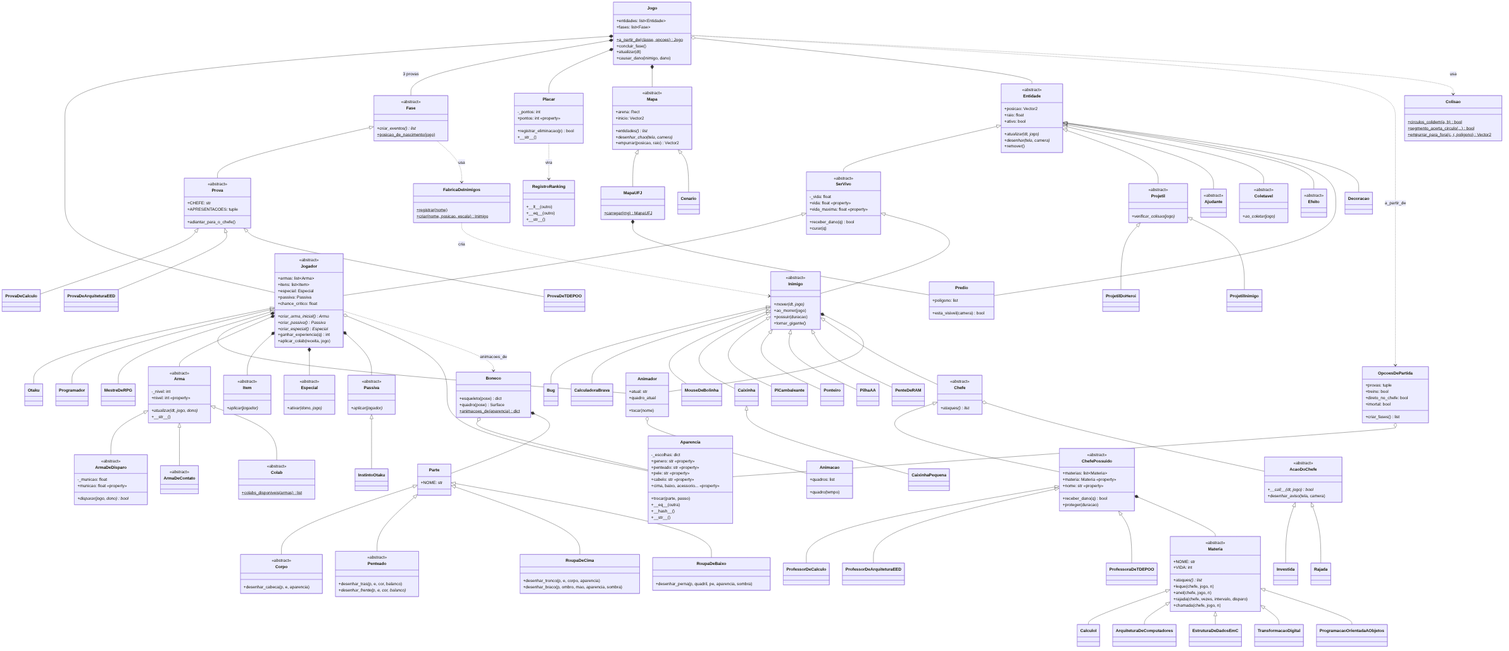
The Mermaid diagram docs/entregas/diagrama_classes.png in thallersubtil/UFJ-Survivors, before a commit. Its source is kept beside it as docs/diagrama_classes.mmd.
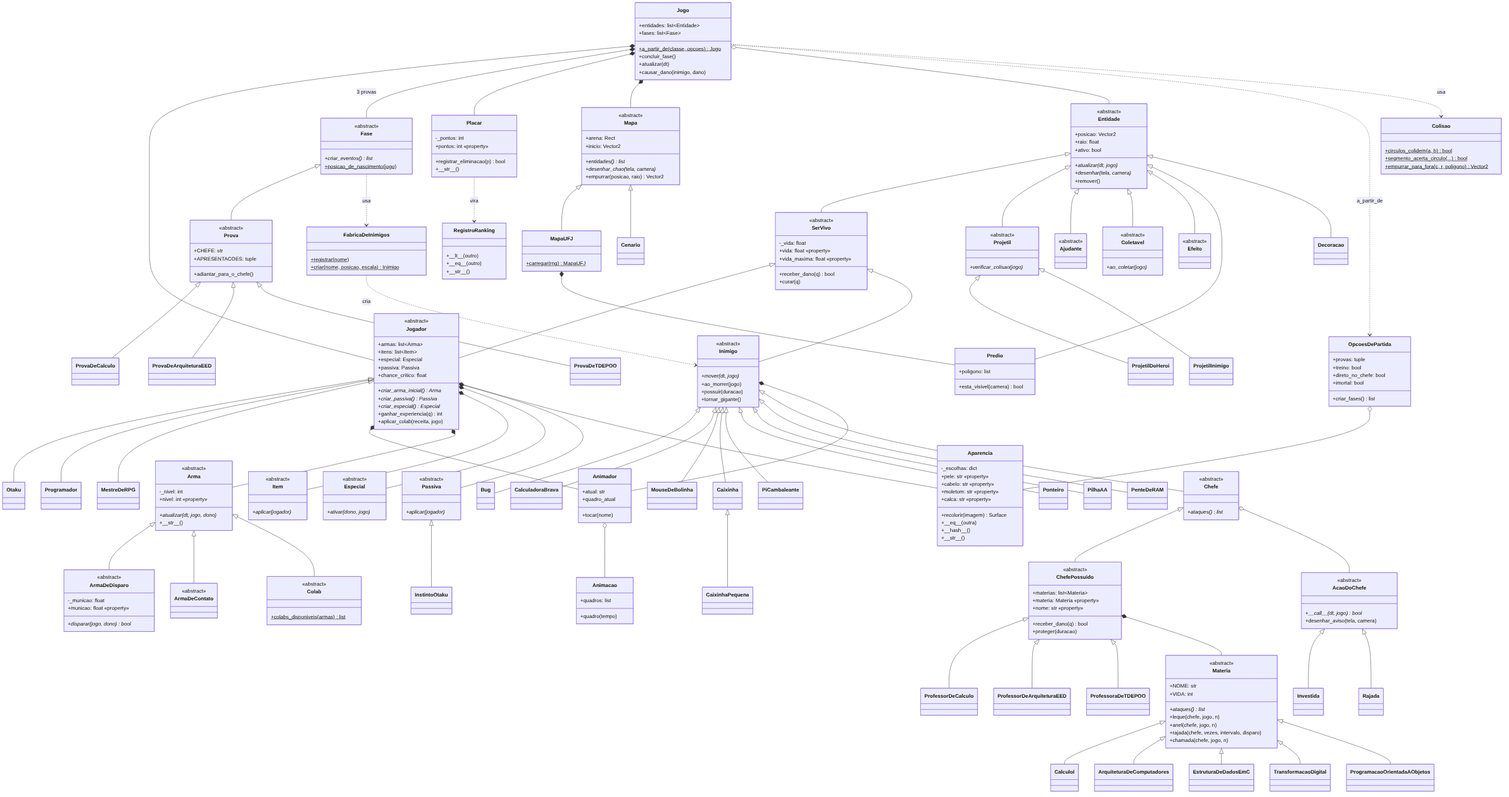
The same diagram one commit later.

Commit message:
Docs sem o boneco articulado; boneco com arte gerada vira pendência

The edit, as a diff of the source:
```diff
@@ -135,30 +135,6 @@
         +aplicar(jogador)*
     }
     class InstintoOtaku
-    class Boneco {
-        +esqueleto(pose) dict
-        +quadro(pose) Surface
-        +animacoes_de(aparencia)$ dict
-    }
-    class Parte {
-        +NOME: str
-    }
-    class Corpo {
-        <<abstract>>
-        +desenhar_cabeca(p, e, aparencia)
-    }
-    class Penteado {
-        <<abstract>>
-        +desenhar_tras(p, e, cor, balanco)
-        +desenhar_frente(p, e, cor, balanco)*
-    }
-    class RoupaDeCima {
-        +desenhar_tronco(p, e, corpo, aparencia)
-        +desenhar_braco(p, ombro, mao, aparencia, sombra)
-    }
-    class RoupaDeBaixo {
-        +desenhar_perna(p, quadril, pe, aparencia, sombra)
-    }
     class Jogo {
         +entidades: list~Entidade~
         +fases: list~Fase~
@@ -221,12 +197,11 @@
     class Decoracao
     class Aparencia {
         -_escolhas: dict
-        +genero: str «property»
-        +penteado: str «property»
         +pele: str «property»
         +cabelo: str «property»
-        +cima, baixo, acessorio... «property»
-        +trocar(parte, passo)
+        +moletom: str «property»
+        +calca: str «property»
+        +recolorir(imagem) Surface
         +#95;#95;eq#95;#95;(outra)
         +#95;#95;hash#95;#95;()
         +#95;#95;str#95;#95;()
@@ -259,10 +234,6 @@
     Jogador <|-- Programador
     Jogador <|-- MestreDeRPG
     Passiva <|-- InstintoOtaku
-    Parte <|-- Corpo
-    Parte <|-- Penteado
-    Parte <|-- RoupaDeCima
-    Parte <|-- RoupaDeBaixo
     Inimigo <|-- Bug
     Inimigo <|-- CalculadoraBrava
     Inimigo <|-- MouseDeBolinha
@@ -314,9 +285,6 @@
     Jogador *-- Especial
     Jogador *-- Passiva
     Jogador o-- Aparencia
-    Jogador ..> Boneco : animacoes_de
-    Boneco o-- Aparencia
-    Boneco *-- Parte
     OpcoesDePartida o-- Aparencia
     Jogo ..> OpcoesDePartida : a_partir_de
     Fase ..> FabricaDeInimigos : usa
```
